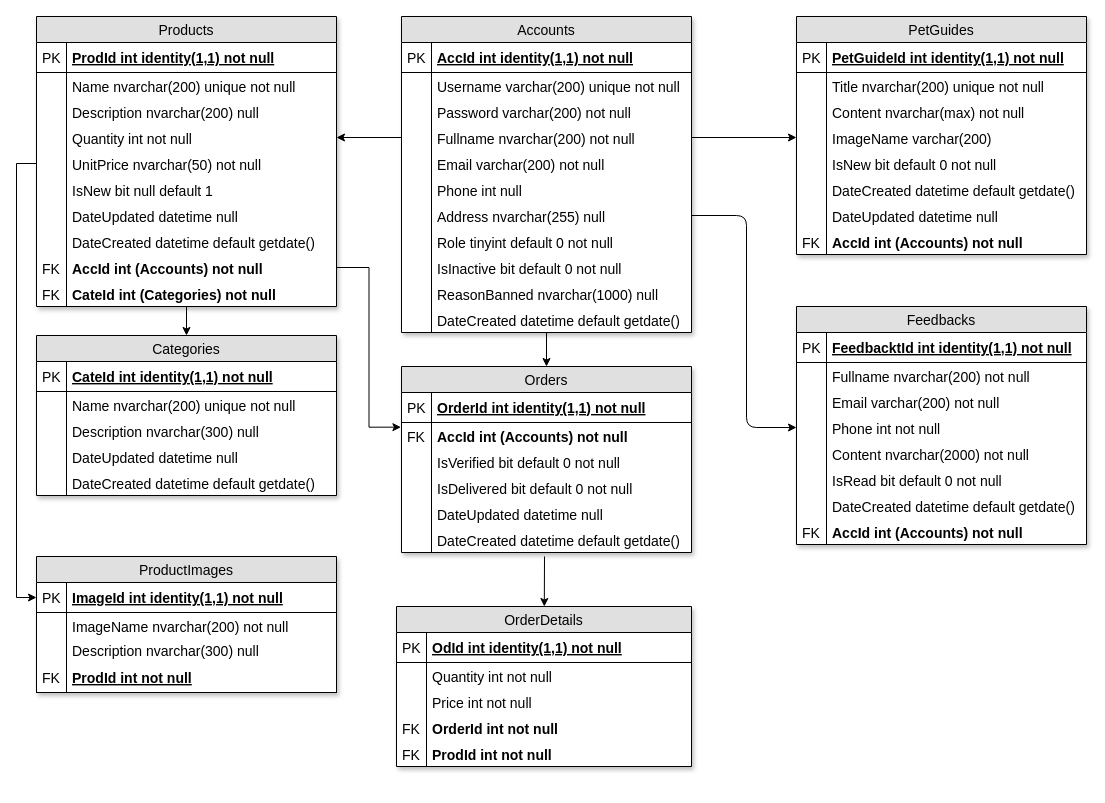
This is page "Database" (2 of 6) of Documents/Diagrams/Overrall-Design.drawio from duyphuong403/PetCare, a draw.io file, before an edit. Source tidied: cells renumbered, new cells numbered last; positions are measured from the earlier drawing's top-left corner, leaving out a move shared by most shapes. Both pictures are drawn from the tidied source at 100%, with x=0, y=0 at pixel (36, 16).
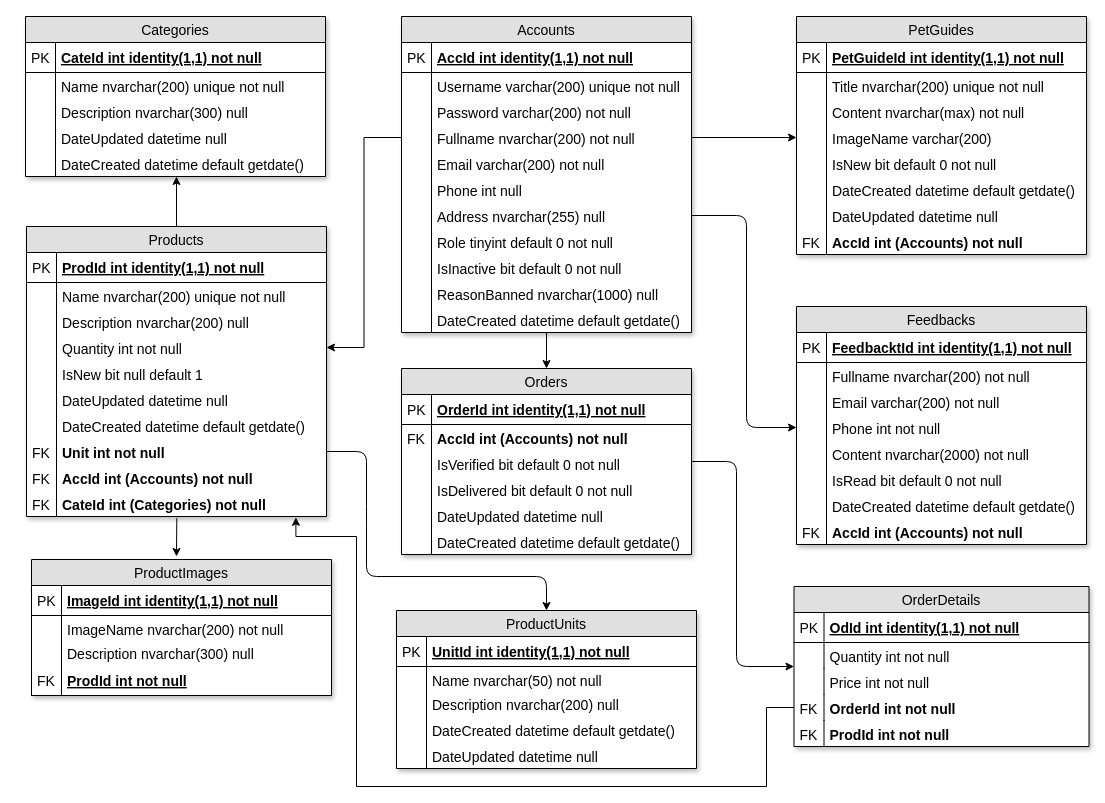
Above is the later version.

The change refers to these unchanged cells:
```xml
<mxCell id="20" value="AccId int (Accounts) not null&#10;" style="shape=partialRectangle;top=0;left=0;right=0;bottom=0;align=left;verticalAlign=top;fillColor=none;spacingLeft=34;spacingRight=4;overflow=hidden;points=[[0,0.5],[1,0.5]];portConstraint=eastwest;fontSize=14;fontStyle=1;" parent="3" vertex="1">
  <mxGeometry y="238" width="300" height="26" as="geometry" />
</mxCell>
<mxCell id="22" value="CateId int (Categories) not null" style="shape=partialRectangle;top=0;left=0;right=0;bottom=0;align=left;verticalAlign=top;fillColor=none;spacingLeft=34;spacingRight=4;overflow=hidden;points=[[0,0.5],[1,0.5]];portConstraint=eastwest;fontSize=14;fontStyle=1;" parent="3" vertex="1">
  <mxGeometry y="264" width="300" height="26" as="geometry" />
</mxCell>
<mxCell id="38" value="AccId int (Accounts) not null" style="shape=partialRectangle;top=0;left=0;right=0;bottom=0;align=left;verticalAlign=top;fillColor=none;spacingLeft=34;spacingRight=4;overflow=hidden;points=[[0,0.5],[1,0.5]];portConstraint=eastwest;fontSize=14;fontStyle=1;" parent="35" vertex="1">
  <mxGeometry y="56" width="290" height="26" as="geometry" />
</mxCell>
<mxCell id="115" value="OrderId int not null" style="shape=partialRectangle;top=0;left=0;right=0;bottom=0;align=left;verticalAlign=top;fillColor=none;spacingLeft=34;spacingRight=4;overflow=hidden;points=[[0,0.5],[1,0.5]];portConstraint=eastwest;fontSize=14;fontStyle=1;" parent="108" vertex="1">
  <mxGeometry y="108" width="295" height="26" as="geometry" />
</mxCell>
<mxCell id="122" value="ImageId int identity(1,1) not null" style="shape=partialRectangle;top=0;left=0;right=0;bottom=1;align=left;verticalAlign=middle;fillColor=none;spacingLeft=34;spacingRight=4;overflow=hidden;points=[[0,0.5],[1,0.5]];portConstraint=eastwest;fontStyle=5;fontSize=14;" parent="121" vertex="1">
  <mxGeometry y="26" width="300" height="30" as="geometry" />
</mxCell>
```

What changed in the source:
```diff
@@
-    <mxCell id="2" style="edgeStyle=orthogonalEdgeStyle;rounded=0;jettySize=auto;html=1;fontSize=14;entryX=0.5;entryY=0;entryDx=0;entryDy=0;" parent="1" edge="1" source="3" target="24">
-      <mxGeometry relative="1" as="geometry" />
+    <mxCell id="2" style="edgeStyle=orthogonalEdgeStyle;rounded=0;orthogonalLoop=1;jettySize=auto;html=1;fontSize=14;entryX=0.505;entryY=1;entryDx=0;entryDy=0;entryPerimeter=0;" parent="1" edge="1">
+      <mxGeometry relative="1" as="geometry">
+        <mxPoint x="139" y="210" as="sourcePoint" />
+        <mxPoint x="140" y="160" as="targetPoint" />
+        <Array as="points">
+          <mxPoint x="140" y="210" />
+        </Array>
+      </mxGeometry>
     </mxCell>
     <mxCell id="3" value="Products" style="swimlane;fontStyle=0;horizontal=1;startSize=26;fillColor=#e0e0e0;swimlaneFillColor=#ffffff;align=center;fontSize=14;glass=0;rounded=0;swimlaneLine=1;shadow=1;comic=0;" parent="1" vertex="1">
-      <mxGeometry width="300" height="290" as="geometry" />
+      <mxGeometry x="-10" y="210" width="300" height="290" as="geometry" />
     </mxCell>
@@
-    <mxCell id="12" value="UnitPrice nvarchar(50) not null" style="shape=partialRectangle;top=0;left=0;right=0;bottom=0;align=left;verticalAlign=top;fillColor=none;spacingLeft=34;spacingRight=4;overflow=hidden;points=[[0,0.5],[1,0.5]];portConstraint=eastwest;fontSize=14;" parent="3" vertex="1">
-      <mxGeometry y="134" width="300" height="26" as="geometry" />
-    </mxCell>
-    <mxCell id="13" style="shape=partialRectangle;top=0;left=0;bottom=0;fillColor=none;align=left;verticalAlign=top;spacingLeft=4;spacingRight=4;overflow=hidden;fontSize=14;" parent="12" vertex="1">
-      <mxGeometry width="30" height="26" as="geometry" />
-    </mxCell>
     <mxCell id="14" value="IsNew bit null default 1" style="shape=partialRectangle;top=0;left=0;right=0;bottom=0;align=left;verticalAlign=top;fillColor=none;spacingLeft=34;spacingRight=4;overflow=hidden;fontSize=14;" parent="3" vertex="1">
-      <mxGeometry y="160" width="300" height="26" as="geometry" />
+      <mxGeometry y="134" width="300" height="26" as="geometry" />
     </mxCell>
@@
     <mxCell id="16" value="DateUpdated datetime null" style="shape=partialRectangle;top=0;left=0;right=0;bottom=0;align=left;verticalAlign=top;fillColor=none;spacingLeft=34;spacingRight=4;overflow=hidden;fontSize=14;" parent="3" vertex="1">
-      <mxGeometry y="186" width="300" height="26" as="geometry" />
+      <mxGeometry y="160" width="300" height="26" as="geometry" />
     </mxCell>
@@
     <mxCell id="18" value="DateCreated datetime default getdate()" style="shape=partialRectangle;top=0;left=0;right=0;bottom=0;align=left;verticalAlign=top;fillColor=none;spacingLeft=34;spacingRight=4;overflow=hidden;fontSize=14;" parent="3" vertex="1">
-      <mxGeometry y="212" width="300" height="26" as="geometry" />
+      <mxGeometry y="186" width="300" height="26" as="geometry" />
     </mxCell>
@@
+    <mxCell id="12" value="Unit int not null" style="shape=partialRectangle;top=0;left=0;right=0;bottom=0;align=left;verticalAlign=top;fillColor=none;spacingLeft=34;spacingRight=4;overflow=hidden;points=[[0,0.5],[1,0.5]];portConstraint=eastwest;fontSize=14;fontStyle=1;" parent="3" vertex="1">
+      <mxGeometry y="212" width="300" height="26" as="geometry" />
+    </mxCell>
+    <mxCell id="13" value="FK" style="shape=partialRectangle;top=0;left=0;bottom=0;fillColor=none;align=left;verticalAlign=top;spacingLeft=4;spacingRight=4;overflow=hidden;fontSize=14;" parent="12" vertex="1">
+      <mxGeometry width="30" height="26" as="geometry" />
+    </mxCell>
@@
     <mxCell id="24" value="Categories" style="swimlane;fontStyle=0;horizontal=1;startSize=26;fillColor=#e0e0e0;swimlaneFillColor=#ffffff;align=center;fontSize=14;glass=0;rounded=0;swimlaneLine=1;shadow=1;comic=0;" parent="1" vertex="1">
-      <mxGeometry y="319" width="300" height="160" as="geometry" />
+      <mxGeometry x="-11" width="300" height="160" as="geometry" />
     </mxCell>
@@
     <mxCell id="35" value="Orders" style="swimlane;fontStyle=0;horizontal=1;startSize=26;fillColor=#e0e0e0;swimlaneFillColor=#ffffff;align=center;fontSize=14;glass=0;rounded=0;swimlaneLine=1;shadow=1;comic=0;" parent="1" vertex="1">
-      <mxGeometry x="365" y="350" width="290" height="186" as="geometry" />
+      <mxGeometry x="365" y="352" width="290" height="186" as="geometry" />
     </mxCell>
@@
     <mxCell id="108" value="OrderDetails" style="swimlane;fontStyle=0;horizontal=1;startSize=26;fillColor=#e0e0e0;swimlaneFillColor=#ffffff;align=center;fontSize=14;glass=0;rounded=0;swimlaneLine=1;shadow=1;comic=0;" parent="1" vertex="1">
-      <mxGeometry x="360" y="590" width="295" height="160" as="geometry" />
+      <mxGeometry x="757.5" y="570" width="295" height="160" as="geometry" />
     </mxCell>
@@
-    <mxCell id="119" style="edgeStyle=orthogonalEdgeStyle;rounded=0;jettySize=auto;html=1;entryX=-0.002;entryY=0.179;entryDx=0;entryDy=0;entryPerimeter=0;" parent="1" edge="1" source="20" target="38">
-      <mxGeometry relative="1" as="geometry" />
-    </mxCell>
@@
     <mxCell id="121" value="ProductImages" style="swimlane;fontStyle=0;horizontal=1;startSize=26;fillColor=#e0e0e0;swimlaneFillColor=#ffffff;align=center;fontSize=14;glass=0;rounded=0;swimlaneLine=1;shadow=1;comic=0;" parent="1" vertex="1">
-      <mxGeometry y="540" width="300" height="136" as="geometry" />
+      <mxGeometry x="-5" y="543" width="300" height="136" as="geometry" />
     </mxCell>
@@
-    <mxCell id="130" style="edgeStyle=orthogonalEdgeStyle;rounded=0;jettySize=auto;html=1;exitX=0;exitY=0.5;exitDx=0;exitDy=0;entryX=0;entryY=0.5;entryDx=0;entryDy=0;" parent="1" edge="1" source="12" target="122">
-      <mxGeometry relative="1" as="geometry" />
-    </mxCell>
     <mxCell id="131" style="endArrow=classic;html=1;" parent="1" edge="1" target="108">
       <mxGeometry relative="1" as="geometry">
-        <mxPoint x="508" y="540" as="sourcePoint" />
+        <mxPoint x="655" y="445" as="sourcePoint" />
+        <Array as="points">
+          <mxPoint x="700" y="445" />
+          <mxPoint x="700" y="650" />
+        </Array>
       </mxGeometry>
     </mxCell>
+    <mxCell id="132" style="endArrow=classic;html=1;exitX=0.501;exitY=1.066;exitDx=0;exitDy=0;exitPerimeter=0;" parent="1" edge="1" source="22">
+      <mxGeometry relative="1" as="geometry">
+        <mxPoint x="140" y="540" as="targetPoint" />
+      </mxGeometry>
+    </mxCell>
+    <mxCell id="133" value="ProductUnits" style="swimlane;fontStyle=0;horizontal=1;startSize=26;fillColor=#e0e0e0;swimlaneFillColor=#ffffff;align=center;fontSize=14;glass=0;rounded=0;swimlaneLine=1;shadow=1;comic=0;" parent="1" vertex="1">
+      <mxGeometry x="360" y="594" width="300" height="158" as="geometry" />
+    </mxCell>
+    <mxCell id="134" value="UnitId int identity(1,1) not null" style="shape=partialRectangle;top=0;left=0;right=0;bottom=1;align=left;verticalAlign=middle;fillColor=none;spacingLeft=34;spacingRight=4;overflow=hidden;fontStyle=5;fontSize=14;" parent="133" vertex="1">
+      <mxGeometry y="26" width="300" height="30" as="geometry" />
+    </mxCell>
+    <mxCell id="135" value="PK" style="shape=partialRectangle;top=0;left=0;bottom=0;fillColor=none;align=left;verticalAlign=middle;spacingLeft=4;spacingRight=4;overflow=hidden;fontSize=14;" parent="134" vertex="1">
+      <mxGeometry width="30" height="30" as="geometry" />
+    </mxCell>
+    <mxCell id="136" value="Name nvarchar(50) not null" style="shape=partialRectangle;top=0;left=0;right=0;bottom=0;align=left;verticalAlign=top;fillColor=none;spacingLeft=34;spacingRight=4;overflow=hidden;fontSize=14;" parent="133" vertex="1">
+      <mxGeometry y="56" width="300" height="24" as="geometry" />
+    </mxCell>
+    <mxCell id="137" style="shape=partialRectangle;top=0;left=0;bottom=0;fillColor=none;align=left;verticalAlign=top;spacingLeft=4;spacingRight=4;overflow=hidden;fontSize=14;" parent="136" vertex="1">
+      <mxGeometry width="30" height="24" as="geometry" />
+    </mxCell>
+    <mxCell id="138" value="Description nvarchar(200) null" style="shape=partialRectangle;top=0;left=0;right=0;bottom=0;align=left;verticalAlign=top;fillColor=none;spacingLeft=34;spacingRight=4;overflow=hidden;fontSize=14;" parent="133" vertex="1">
+      <mxGeometry y="80" width="300" height="26" as="geometry" />
+    </mxCell>
+    <mxCell id="139" style="shape=partialRectangle;top=0;left=0;bottom=0;fillColor=none;align=left;verticalAlign=top;spacingLeft=4;spacingRight=4;overflow=hidden;fontSize=14;" parent="138" vertex="1">
+      <mxGeometry width="30" height="26" as="geometry" />
+    </mxCell>
+    <mxCell id="140" value="DateCreated datetime default getdate()" style="shape=partialRectangle;top=0;left=0;right=0;bottom=0;align=left;verticalAlign=top;fillColor=none;spacingLeft=34;spacingRight=4;overflow=hidden;fontSize=14;" parent="133" vertex="1">
+      <mxGeometry y="106" width="300" height="26" as="geometry" />
+    </mxCell>
+    <mxCell id="141" style="shape=partialRectangle;top=0;left=0;bottom=0;fillColor=none;align=left;verticalAlign=top;spacingLeft=4;spacingRight=4;overflow=hidden;fontSize=14;" parent="140" vertex="1">
+      <mxGeometry width="30" height="26" as="geometry" />
+    </mxCell>
+    <mxCell id="142" value="DateUpdated datetime null" style="shape=partialRectangle;top=0;left=0;right=0;bottom=0;align=left;verticalAlign=top;fillColor=none;spacingLeft=34;spacingRight=4;overflow=hidden;fontSize=14;" parent="133" vertex="1">
+      <mxGeometry y="132" width="300" height="26" as="geometry" />
+    </mxCell>
+    <mxCell id="143" style="shape=partialRectangle;top=0;left=0;bottom=0;fillColor=none;align=left;verticalAlign=top;spacingLeft=4;spacingRight=4;overflow=hidden;fontSize=14;" parent="142" vertex="1">
+      <mxGeometry width="30" height="26" as="geometry" />
+    </mxCell>
+    <mxCell id="144" style="endArrow=classic;html=1;exitX=1;exitY=0.5;exitDx=0;exitDy=0;entryX=0.5;entryY=0;entryDx=0;entryDy=0;" parent="1" edge="1" source="12" target="133">
+      <mxGeometry relative="1" as="geometry">
+        <Array as="points">
+          <mxPoint x="330" y="435" />
+          <mxPoint x="330" y="500" />
+          <mxPoint x="330" y="560" />
+          <mxPoint x="510" y="560" />
+        </Array>
+      </mxGeometry>
+    </mxCell>
+    <mxCell id="145" style="edgeStyle=orthogonalEdgeStyle;rounded=0;jettySize=auto;html=1;exitX=0;exitY=0.5;exitDx=0;exitDy=0;entryX=0.898;entryY=1.032;entryDx=0;entryDy=0;entryPerimeter=0;" parent="1" edge="1" source="115" target="22">
+      <mxGeometry relative="1" as="geometry">
+        <Array as="points">
+          <mxPoint x="730" y="691" />
+          <mxPoint x="730" y="770" />
+          <mxPoint x="320" y="770" />
+          <mxPoint x="320" y="520" />
+          <mxPoint x="260" y="520" />
+        </Array>
+      </mxGeometry>
+    </mxCell>
```
